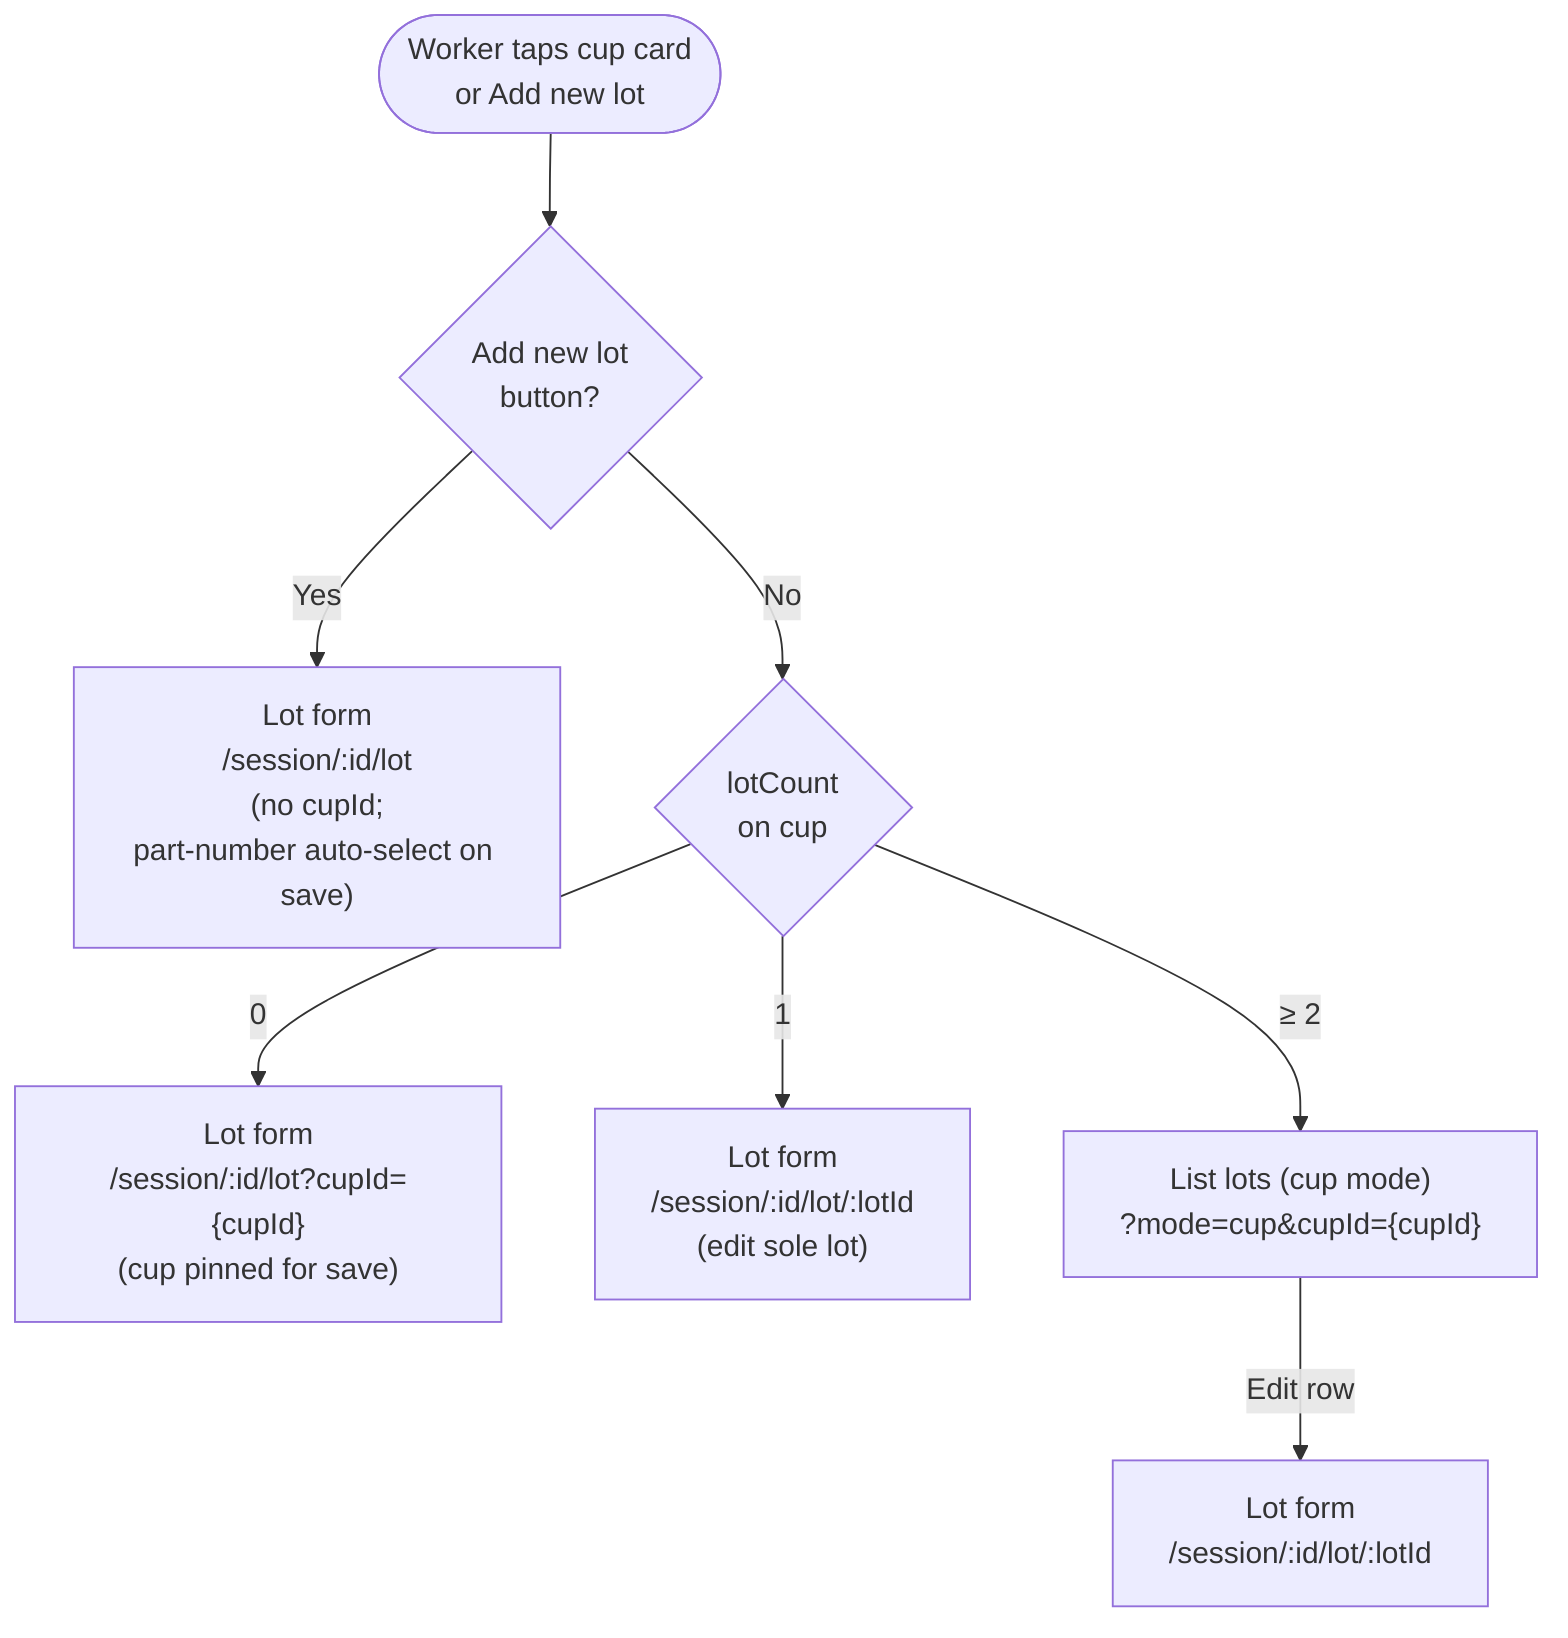
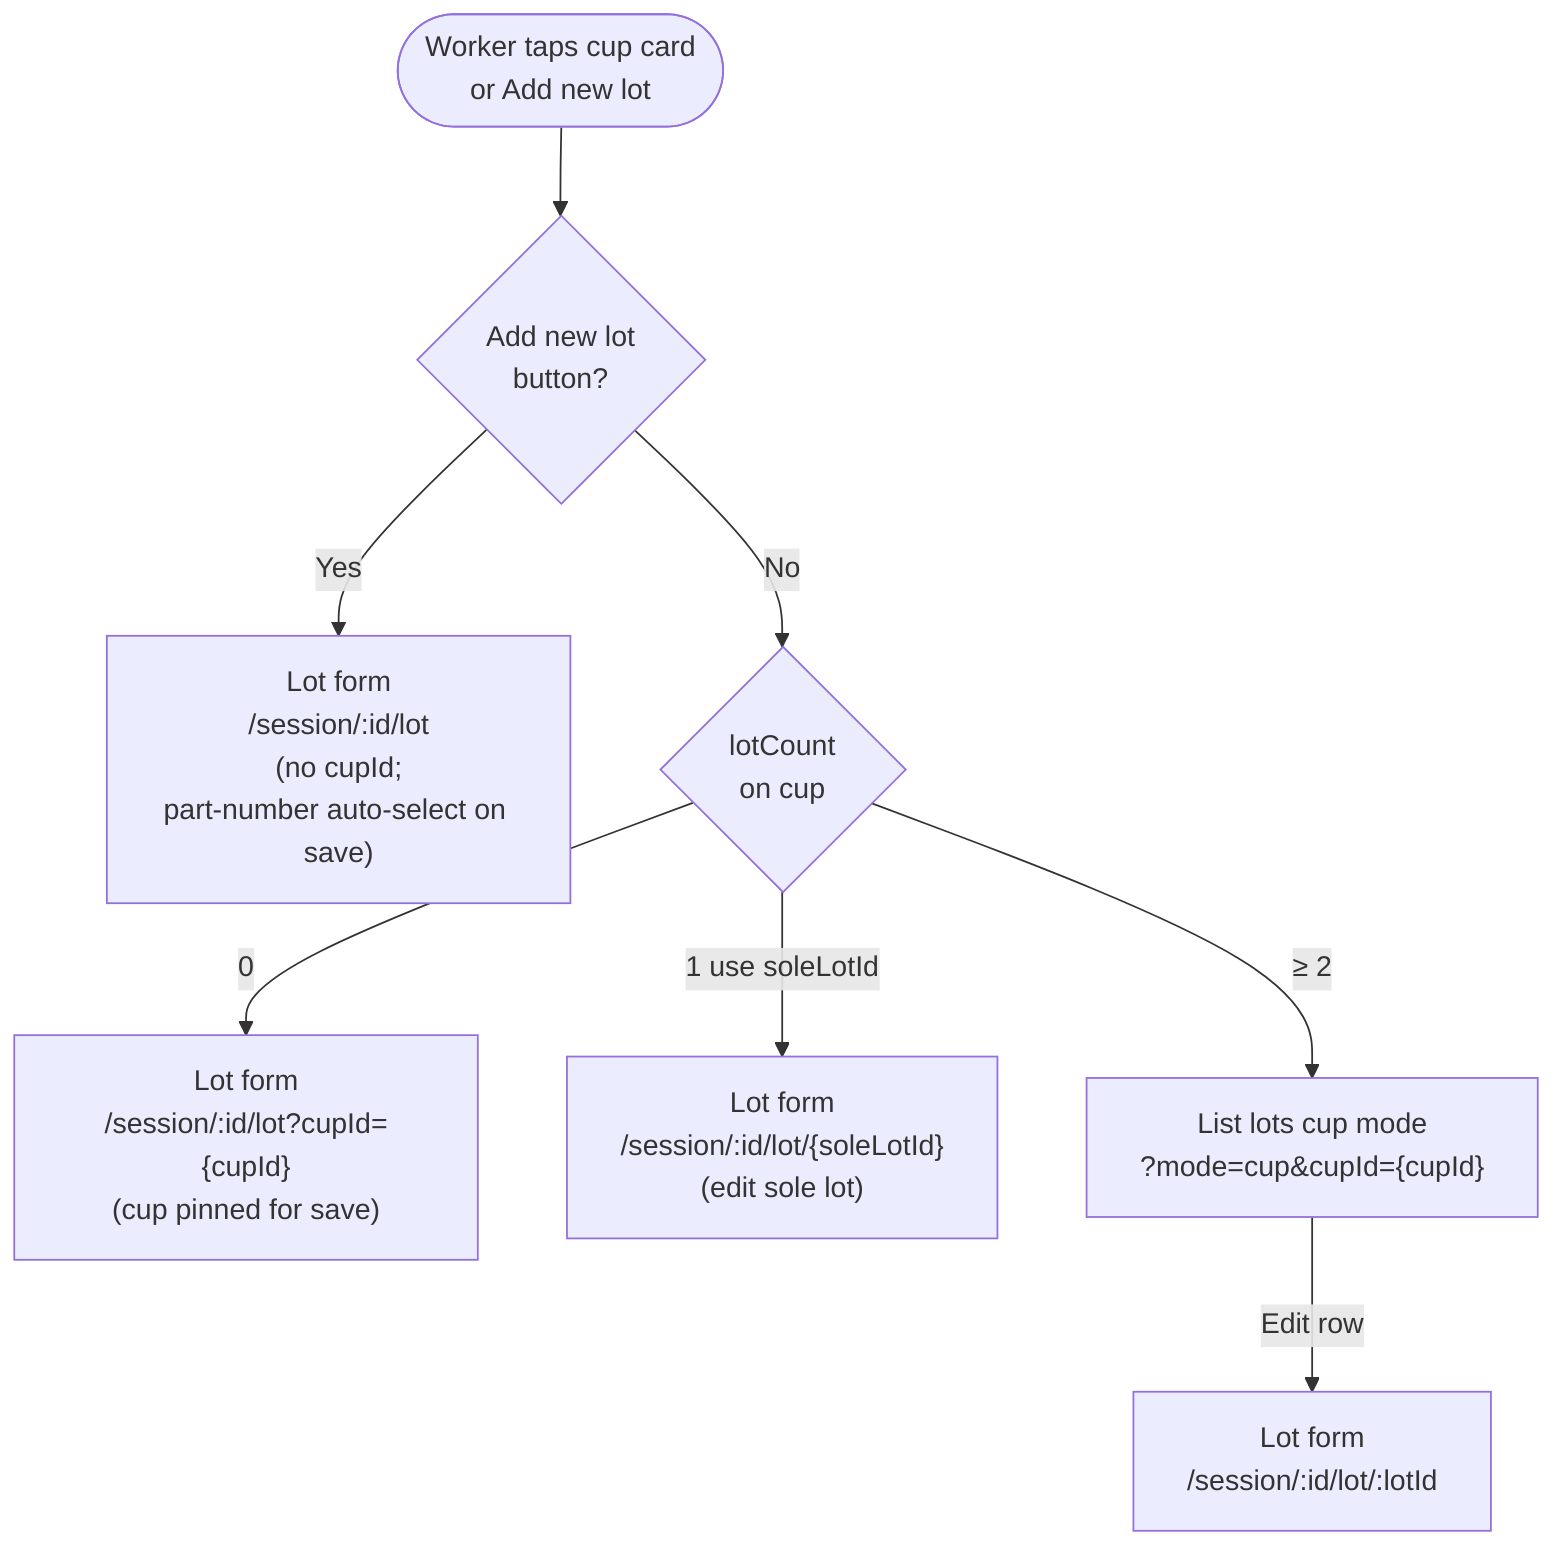
%% List cups — cup card tap routing
%% Source: docs/view-specs/list-cups.md

flowchart TD
    START(["Worker taps cup card<br>or Add new lot"])

    START --> ADD{"Add new lot<br>button?"}
    ADD -->|Yes| LOT_NEW["Lot form<br>/session/:id/lot<br>(no cupId;<br>part-number auto-select on save)"]

    ADD -->|No| COUNT{"lotCount<br>on cup"}

    COUNT -->|0| LOT_PIN["Lot form<br>/session/:id/lot?cupId={cupId}<br>(cup pinned for save)"]
-     COUNT -->|1| LOT_EDIT["Lot form<br>/session/:id/lot/:lotId<br>(edit sole lot)"]
-     COUNT -->|≥ 2| LOTS_CUP["List lots (cup mode)<br>?mode=cup&cupId={cupId}"]
+     COUNT -->|"1 use soleLotId"| LOT_EDIT["Lot form<br>/session/:id/lot/{soleLotId}<br>(edit sole lot)"]
+     COUNT -->|≥ 2| LOTS_CUP["List lots cup mode<br>?mode=cup&cupId={cupId}"]

    LOTS_CUP -->|"Edit row"| LOT_EDIT2["Lot form<br>/session/:id/lot/:lotId"]
